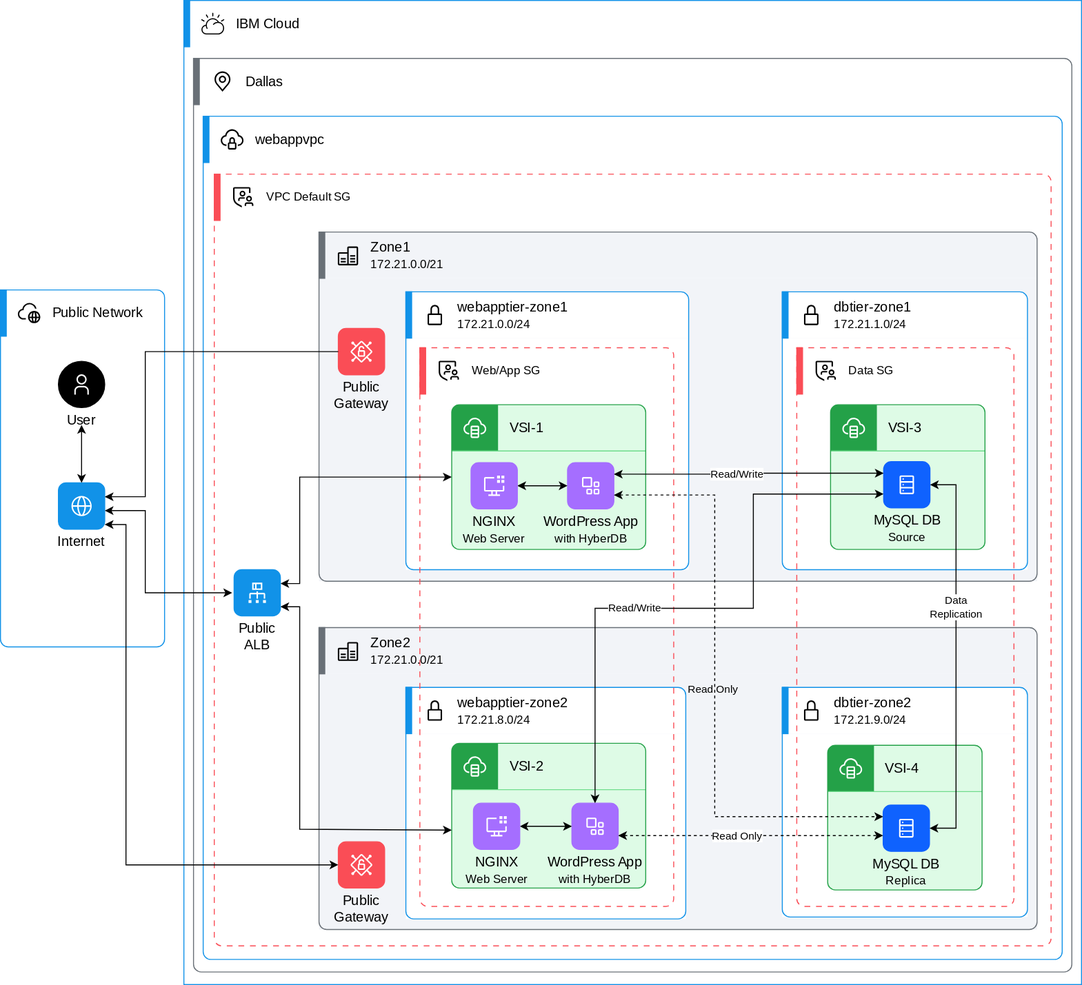
Before: docs/images/webappvpc-architecture.svg, a diagram exported from draw.io (jaywarfield/codepattern-multitier-vpc). Source tidied: cells renumbered, new cells last; positions are measured from the earlier drawing's top-left corner, leaving out a move shared by most shapes.
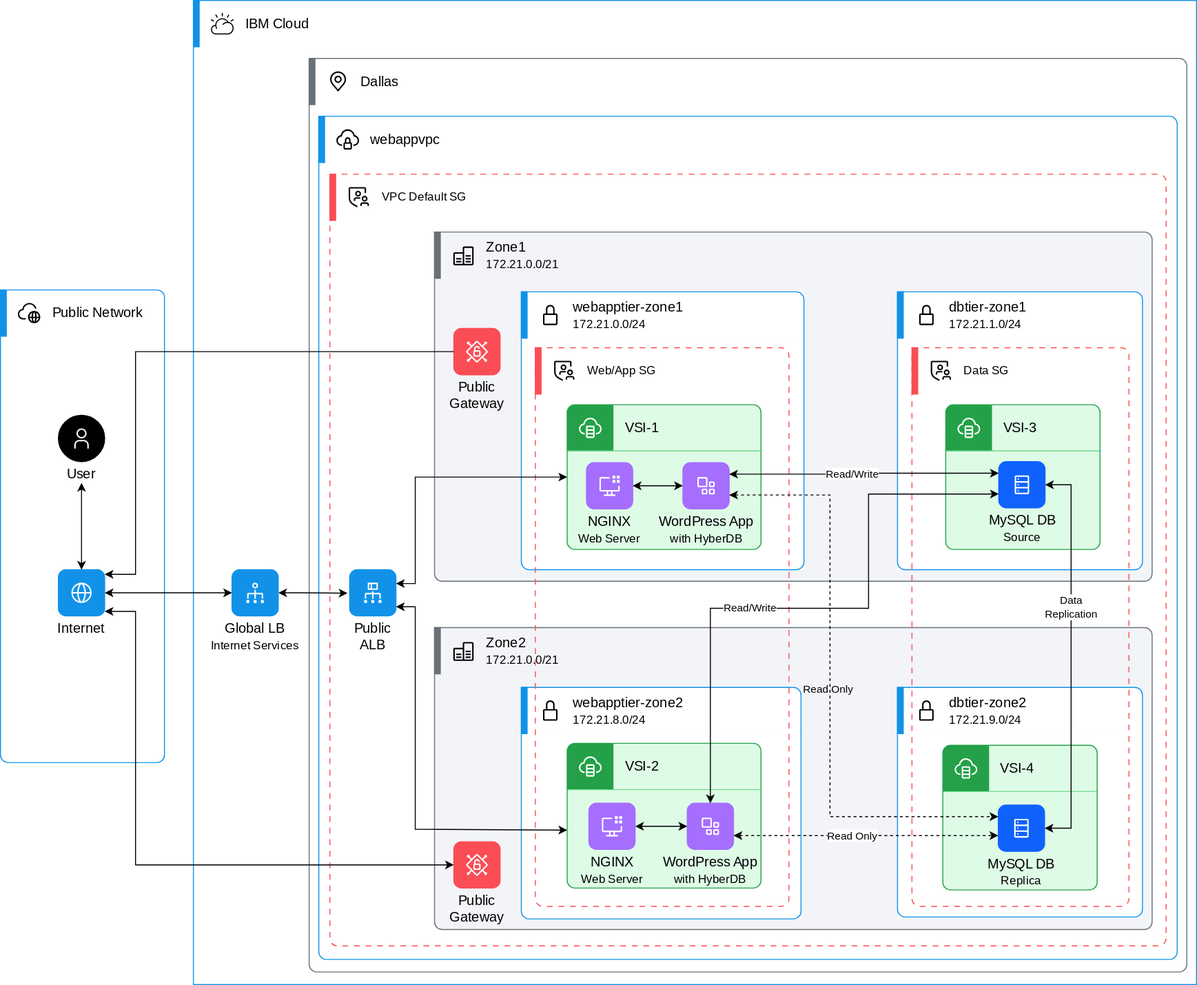
After the commit.

Diff of the diagram source:
```diff
@@ -4,12 +4,12 @@
     <mxCell id="1" parent="0" />
     <object id="2" label="%Element-Name%&lt;BR&gt;&lt;font style='font-size: 12px'&gt;%Element-ID%&lt;/font&gt;" Element-ID="" Element-Name="IBM Cloud" Icon-Name="ibm-cloud" Tag-Text="" placeholders="1">
       <mxCell style="shape=mxgraph.ibm2mondrian.base;shapeType=pg;shapeLayout=expanded;colorFamily=cyan;colorBackground=noColor:noColor;html=1;whiteSpace=wrap;strokeWidth=1;fontFamily=IBM Plex Sans;fontColor=#000000;fontSize=14;image=;verticalAlign=middle;align=left;spacing=0;spacingLeft=12;spacingRight=12;spacingTop=0;spacingBottom=0;verticalLabelPosition=middle;labelPosition=center;" parent="1" vertex="1">
-        <mxGeometry x="190" width="930" height="1020" as="geometry" />
+        <mxGeometry x="190" width="1040" height="1020" as="geometry" />
       </mxCell>
     </object>
     <object id="3" label="%Element-Name%&lt;BR&gt;&lt;font style='font-size: 12px'&gt;%Element-ID%&lt;/font&gt;" Element-ID="" Element-Name="Dallas" Icon-Name="location" Tag-Text="" placeholders="1">
       <mxCell style="shape=mxgraph.ibm2mondrian.base;shapeType=lg;shapeLayout=expanded;colorFamily=gray;colorBackground=noColor:noColor;html=1;whiteSpace=wrap;strokeWidth=1;fontFamily=IBM Plex Sans;fontColor=#000000;fontSize=14;image=;verticalAlign=middle;align=left;spacing=0;spacingLeft=12;spacingRight=16;spacingTop=0;spacingBottom=0;" parent="2" vertex="1">
-        <mxGeometry x="10" y="60" width="910" height="947" as="geometry" />
+        <mxGeometry x="120" y="60" width="910" height="947" as="geometry" />
       </mxCell>
     </object>
     <object id="4" label="%Element-Name%&lt;BR&gt;&lt;font style='font-size: 12px'&gt;%Element-ID%&lt;/font&gt;" Element-ID="" Element-Name="webappvpc" Icon-Name="virtual-private-cloud" Tag-Text="" placeholders="1">
@@ -185,50 +185,53 @@
         <mxGeometry x="11.5" y="60" width="867" height="800" as="geometry" />
       </mxCell>
     </object>
-    <object id="36" label="%Element-Name%&lt;BR&gt;&lt;font style='font-size: 12px'&gt;%Element-ID%&lt;/font&gt;" Element-ID="" Element-Name="Public Network" Icon-Name="network--public" Tag-Text="" placeholders="1">
-      <mxCell style="shape=mxgraph.ibm2mondrian.base;shapeType=lg;shapeLayout=expanded;colorFamily=cyan;colorBackground=noColor:noColor;html=1;whiteSpace=wrap;strokeWidth=1;fontFamily=IBM Plex Sans;fontColor=#000000;fontSize=14;image=;verticalAlign=middle;align=left;spacing=0;spacingLeft=12;spacingRight=16;spacingTop=0;spacingBottom=0;" parent="1" vertex="1">
-        <mxGeometry y="300" width="170" height="370" as="geometry" />
-      </mxCell>
-    </object>
+    <mxCell id="36" style="edgeStyle=orthogonalEdgeStyle;rounded=0;jettySize=auto;html=1;exitX=1;exitY=0.5;exitDx=0;exitDy=0;exitPerimeter=0;entryX=0.021;entryY=0.543;entryDx=0;entryDy=0;entryPerimeter=0;startArrow=classic;startFill=1;" parent="2" edge="1" source="37" target="35">
+      <mxGeometry relative="1" as="geometry" />
+    </mxCell>
-    <object id="37" label="%Element-Name%&lt;BR&gt;&lt;font style='font-size: 12px'&gt;%Element-ID%&lt;/font&gt;" Element-ID="" Element-Name="Internet" Icon-Name="wikis" Tag-Text="" placeholders="1">
-      <mxCell style="shape=mxgraph.ibm2mondrian.base;shapeType=ln;shapeLayout=collapsed;colorFamily=cyan;colorBackground=noColor:noColor;html=1;whiteSpace=wrap;strokeWidth=1;fontFamily=IBM Plex Sans;fontColor=#000000;fontSize=14;image=;verticalAlign=top;align=center;spacing=0;spacingLeft=0;spacingRight=0;spacingTop=0;spacingBottom=0;verticalLabelPosition=bottom;labelPosition=center;positionText=bottom;" parent="36" vertex="1">
-        <mxGeometry x="60" y="200" width="48" height="48" as="geometry" />
+    <object id="37" label="%Element-Name%&lt;BR&gt;&lt;font style='font-size: 12px'&gt;%Element-ID%&lt;/font&gt;" Element-ID="Internet Services" Element-Name="Global LB" Icon-Name="load-balancer--global" Tag-Text="" placeholders="1">
+      <mxCell style="shape=mxgraph.ibm2mondrian.base;shapeType=ln;shapeLayout=collapsed;colorFamily=cyan;colorBackground=noColor:noColor;html=1;whiteSpace=wrap;strokeWidth=1;fontFamily=IBM Plex Sans;fontColor=#000000;fontSize=14;image=;verticalAlign=top;align=center;spacing=0;spacingLeft=0;spacingRight=0;spacingTop=0;spacingBottom=0;verticalLabelPosition=bottom;labelPosition=center;positionText=bottom;labelWidth=102;" parent="2" vertex="1">
+        <mxGeometry x="40" y="590" width="48" height="48" as="geometry" />
       </mxCell>
     </object>
-    <mxCell id="38" style="edgeStyle=orthogonalEdgeStyle;rounded=0;jettySize=auto;html=1;entryX=0.5;entryY=0;entryDx=0;entryDy=0;entryPerimeter=0;startArrow=classic;startFill=1;" parent="36" edge="1" target="37">
-      <mxGeometry relative="1" as="geometry">
-        <mxPoint x="84" y="140" as="sourcePoint" />
-      </mxGeometry>
-    </mxCell>
+    <object id="38" label="%Element-Name%&lt;BR&gt;&lt;font style='font-size: 12px'&gt;%Element-ID%&lt;/font&gt;" Element-ID="" Element-Name="Public Network" Icon-Name="network--public" Tag-Text="" placeholders="1">
+      <mxCell style="shape=mxgraph.ibm2mondrian.base;shapeType=lg;shapeLayout=expanded;colorFamily=cyan;colorBackground=noColor:noColor;html=1;whiteSpace=wrap;strokeWidth=1;fontFamily=IBM Plex Sans;fontColor=#000000;fontSize=14;image=;verticalAlign=middle;align=left;spacing=0;spacingLeft=12;spacingRight=16;spacingTop=0;spacingBottom=0;" parent="1" vertex="1">
+        <mxGeometry x="-10" y="300" width="170" height="490" as="geometry" />
+      </mxCell>
+    </object>
-    <object id="39" label="%Element-Name%&lt;BR&gt;&lt;font style='font-size: 12px'&gt;%Element-ID%&lt;/font&gt;" Element-ID="" Element-Name="User" Icon-Name="user" Tag-Text="" placeholders="1">
-      <mxCell style="shape=mxgraph.ibm2mondrian.base;shapeType=actor;shapeLayout=collapsed;colorFamily=black;colorBackground=noColor:noColor;html=1;whiteSpace=wrap;strokeWidth=1;fontFamily=IBM Plex Sans;fontColor=#000000;fontSize=14;image=;verticalAlign=top;align=center;spacing=0;spacingLeft=0;spacingRight=0;spacingTop=0;spacingBottom=0;verticalLabelPosition=bottom;labelPosition=center;positionText=bottom;" parent="36" vertex="1">
-        <mxGeometry x="60" y="74" width="48" height="48" as="geometry" />
+    <object id="39" label="%Element-Name%&lt;BR&gt;&lt;font style='font-size: 12px'&gt;%Element-ID%&lt;/font&gt;" Element-ID="" Element-Name="Internet" Icon-Name="wikis" Tag-Text="" placeholders="1">
+      <mxCell style="shape=mxgraph.ibm2mondrian.base;shapeType=ln;shapeLayout=collapsed;colorFamily=cyan;colorBackground=noColor:noColor;html=1;whiteSpace=wrap;strokeWidth=1;fontFamily=IBM Plex Sans;fontColor=#000000;fontSize=14;image=;verticalAlign=top;align=center;spacing=0;spacingLeft=0;spacingRight=0;spacingTop=0;spacingBottom=0;verticalLabelPosition=bottom;labelPosition=center;positionText=bottom;" parent="38" vertex="1">
+        <mxGeometry x="60" y="290" width="48" height="48" as="geometry" />
       </mxCell>
     </object>
-    <mxCell id="40" style="edgeStyle=orthogonalEdgeStyle;rounded=0;jettySize=auto;html=1;startArrow=classic;startFill=1;entryX=1;entryY=0.6;entryDx=0;entryDy=0;entryPerimeter=0;" parent="1" edge="1" target="37">
+    <mxCell id="40" style="edgeStyle=orthogonalEdgeStyle;rounded=0;jettySize=auto;html=1;entryX=0.5;entryY=0;entryDx=0;entryDy=0;entryPerimeter=0;startArrow=classic;startFill=1;" parent="38" edge="1" target="39">
       <mxGeometry relative="1" as="geometry">
-        <mxPoint x="240" y="614" as="sourcePoint" />
-        <Array as="points">
-          <mxPoint x="150" y="614" />
-          <mxPoint x="150" y="529" />
-        </Array>
+        <mxPoint x="84" y="200" as="sourcePoint" />
       </mxGeometry>
     </mxCell>
-    <mxCell id="41" style="edgeStyle=orthogonalEdgeStyle;rounded=0;jettySize=auto;html=1;exitX=0;exitY=0.5;exitDx=0;exitDy=0;exitPerimeter=0;startArrow=none;startFill=0;entryX=1;entryY=0.3;entryDx=0;entryDy=0;entryPerimeter=0;" parent="1" edge="1" source="23" target="37">
-      <mxGeometry relative="1" as="geometry">
-        <Array as="points">
-          <mxPoint x="150" y="364" />
-          <mxPoint x="150" y="514" />
-        </Array>
-      </mxGeometry>
-    </mxCell>
+    <object id="41" label="%Element-Name%&lt;BR&gt;&lt;font style='font-size: 12px'&gt;%Element-ID%&lt;/font&gt;" Element-ID="" Element-Name="User" Icon-Name="user" Tag-Text="" placeholders="1">
+      <mxCell style="shape=mxgraph.ibm2mondrian.base;shapeType=actor;shapeLayout=collapsed;colorFamily=black;colorBackground=noColor:noColor;html=1;whiteSpace=wrap;strokeWidth=1;fontFamily=IBM Plex Sans;fontColor=#000000;fontSize=14;image=;verticalAlign=top;align=center;spacing=0;spacingLeft=0;spacingRight=0;spacingTop=0;spacingBottom=0;verticalLabelPosition=bottom;labelPosition=center;positionText=bottom;" parent="38" vertex="1">
+        <mxGeometry x="60" y="130" width="48" height="48" as="geometry" />
+      </mxCell>
+    </object>
-    <mxCell id="42" style="edgeStyle=orthogonalEdgeStyle;rounded=0;jettySize=auto;html=1;exitX=0;exitY=0.5;exitDx=0;exitDy=0;exitPerimeter=0;entryX=1;entryY=0.9;entryDx=0;entryDy=0;entryPerimeter=0;startArrow=classic;startFill=1;" parent="1" edge="1" source="6" target="37">
+    <mxCell id="42" style="edgeStyle=orthogonalEdgeStyle;rounded=0;jettySize=auto;html=1;exitX=0;exitY=0.5;exitDx=0;exitDy=0;exitPerimeter=0;startArrow=none;startFill=0;entryX=1;entryY=0.1;entryDx=0;entryDy=0;entryPerimeter=0;" parent="1" edge="1" source="23" target="39">
       <mxGeometry relative="1" as="geometry">
         <Array as="points">
-          <mxPoint x="130" y="896" />
-          <mxPoint x="130" y="543" />
+          <mxPoint x="130" y="364" />
+          <mxPoint x="130" y="595" />
+          <mxPoint x="98" y="595" />
         </Array>
       </mxGeometry>
     </mxCell>
+    <mxCell id="43" style="edgeStyle=orthogonalEdgeStyle;rounded=0;jettySize=auto;html=1;exitX=0;exitY=0.5;exitDx=0;exitDy=0;exitPerimeter=0;entryX=1;entryY=0.9;entryDx=0;entryDy=0;entryPerimeter=0;startArrow=classic;startFill=1;" parent="1" edge="1" source="6" target="39">
+      <mxGeometry relative="1" as="geometry">
+        <Array as="points">
+          <mxPoint x="130" y="896" />
+          <mxPoint x="130" y="633" />
+        </Array>
+      </mxGeometry>
+    </mxCell>
+    <mxCell id="44" style="edgeStyle=orthogonalEdgeStyle;rounded=0;jettySize=auto;html=1;exitX=0;exitY=0.5;exitDx=0;exitDy=0;exitPerimeter=0;entryX=1;entryY=0.5;entryDx=0;entryDy=0;entryPerimeter=0;startArrow=classic;startFill=1;" parent="1" edge="1" source="37" target="39">
+      <mxGeometry relative="1" as="geometry" />
+    </mxCell>
   </root>
 </mxGraphModel>
```
